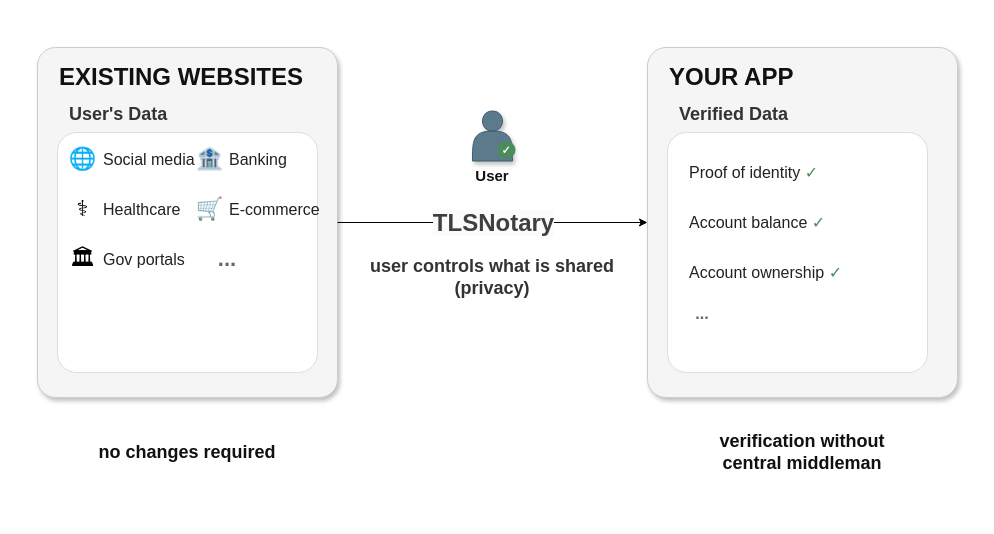
Earlier version of the draw.io diagram diagrams/tlsnotary_what.drawio (tlsnotary/website). Source tidied: cells renumbered, new cells numbered last; positions are measured from the earlier drawing's top-left corner, leaving out a move shared by most shapes. Both pictures are drawn from the tidied source at 100%, with x=0, y=0 at pixel (17, 17).
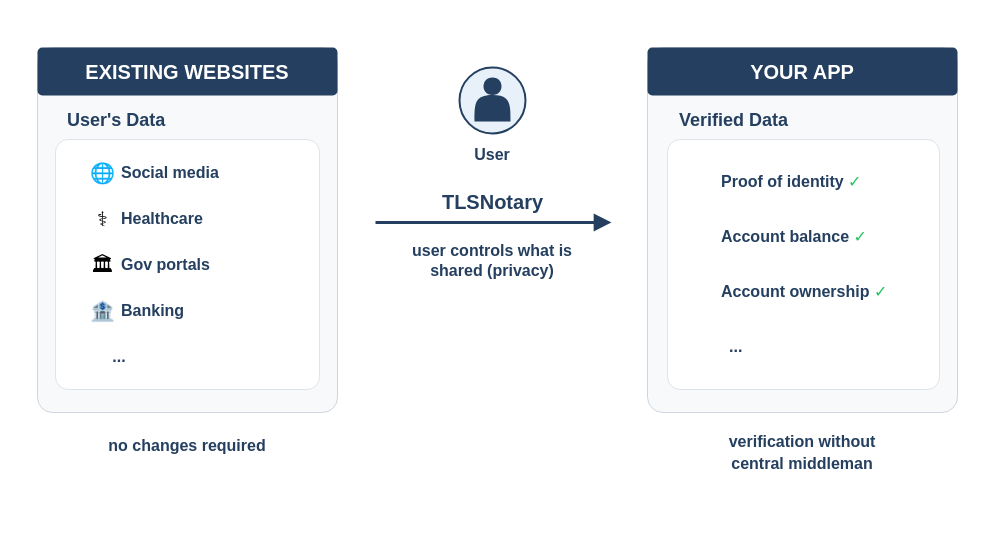
The same page after the edit.

Commit message (it also covers changes not shown here):
improve diagram

Diff of the diagram source:
```diff
@@
     <mxCell id="2" style="rounded=1;whiteSpace=wrap;html=1;fillColor=#ffffff;strokeColor=none;arcSize=4;" parent="1" vertex="1">
-      <mxGeometry width="960" height="470" as="geometry" />
+      <mxGeometry width="960" height="500" as="geometry" />
     </mxCell>
-    <mxCell id="3" style="rounded=1;whiteSpace=wrap;html=1;fillColor=#f5f5f5;strokeColor=#cccccc;shadow=1;arcSize=6;" parent="1" vertex="1">
-      <mxGeometry x="20" y="30" width="300" height="350" as="geometry" />
+    <mxCell id="3" style="rounded=1;whiteSpace=wrap;html=1;fillColor=#f8f9fa;strokeColor=#d0d5dd;arcSize=5;shadow=0;" parent="1" vertex="1">
+      <mxGeometry x="20" y="30" width="300" height="365" as="geometry" />
     </mxCell>
+    <mxCell id="34" style="rounded=1;whiteSpace=wrap;html=1;fillColor=#243F5F;strokeColor=none;arcSize=10;" parent="1" vertex="1">
+      <mxGeometry x="20" y="30" width="300" height="48" as="geometry" />
+    </mxCell>
-    <mxCell id="4" value="&lt;font style=&quot;font-size: 24px;&quot;&gt;EXISTING WEBSITES&lt;/font&gt;" style="text;html=1;align=left;verticalAlign=middle;whiteSpace=wrap;rounded=0;fontStyle=1;fontSize=17;fontColor=#111111;" parent="1" vertex="1">
-      <mxGeometry x="40" y="42" width="260" height="35" as="geometry" />
+    <mxCell id="4" value="EXISTING WEBSITES" style="text;html=1;align=center;verticalAlign=middle;whiteSpace=wrap;rounded=0;fontStyle=1;fontSize=20;fontColor=#ffffff;fontFamily=Helvetica;" parent="1" vertex="1">
+      <mxGeometry x="20" y="30" width="300" height="48" as="geometry" />
     </mxCell>
-    <mxCell id="5" value="&lt;font style=&quot;font-size: 18px;&quot;&gt;User's Data&lt;/font&gt;" style="text;html=1;align=left;verticalAlign=middle;whiteSpace=wrap;rounded=0;fontStyle=1;fontSize=15;fontColor=#333333;" parent="1" vertex="1">
-      <mxGeometry x="50" y="82" width="140" height="30" as="geometry" />
+    <mxCell id="5" value="User's Data" style="text;html=1;align=left;verticalAlign=middle;whiteSpace=wrap;rounded=0;fontStyle=1;fontSize=18;fontColor=#243F5F;" parent="1" vertex="1">
+      <mxGeometry x="48" y="88" width="140" height="30" as="geometry" />
     </mxCell>
-    <mxCell id="6" style="rounded=1;whiteSpace=wrap;html=1;fillColor=#ffffff;strokeColor=#dddddd;arcSize=8;" parent="1" vertex="1">
-      <mxGeometry x="40" y="115" width="260" height="240" as="geometry" />
+    <mxCell id="6" style="rounded=1;whiteSpace=wrap;html=1;fillColor=#ffffff;strokeColor=#e0e4e8;arcSize=5;" parent="1" vertex="1">
+      <mxGeometry x="38" y="122" width="264" height="250" as="geometry" />
     </mxCell>
-    <mxCell id="7" value="🌐" style="text;html=1;align=center;verticalAlign=middle;fontSize=22;" parent="1" vertex="1">
-      <mxGeometry x="48" y="125" width="34" height="34" as="geometry" />
+    <mxCell id="7" value="🌐" style="text;html=1;align=center;verticalAlign=middle;fontSize=20;" parent="1" vertex="1">
+      <mxGeometry x="70" y="140" width="30" height="30" as="geometry" />
     </mxCell>
-    <mxCell id="8" value="&lt;font style=&quot;font-size: 16px;&quot;&gt;Social media&lt;/font&gt;" style="text;html=1;align=left;verticalAlign=middle;whiteSpace=wrap;rounded=0;fontSize=14;fontColor=#222222;" parent="1" vertex="1">
-      <mxGeometry x="84" y="125" width="110" height="34" as="geometry" />
+    <mxCell id="8" value="Social media" style="text;html=1;align=left;verticalAlign=middle;whiteSpace=wrap;rounded=0;fontStyle=1;fontSize=16;fontColor=#243F5F;" parent="1" vertex="1">
+      <mxGeometry x="102" y="140" width="110" height="30" as="geometry" />
     </mxCell>
+    <mxCell id="11" value="⚕" style="text;html=1;align=center;verticalAlign=middle;fontSize=20;" parent="1" vertex="1">
+      <mxGeometry x="70" y="186" width="30" height="30" as="geometry" />
+    </mxCell>
+    <mxCell id="12" value="Healthcare" style="text;html=1;align=left;verticalAlign=middle;whiteSpace=wrap;rounded=0;fontStyle=1;fontSize=16;fontColor=#243F5F;" parent="1" vertex="1">
+      <mxGeometry x="102" y="186" width="100" height="30" as="geometry" />
+    </mxCell>
+    <mxCell id="15" value="🏛" style="text;html=1;align=center;verticalAlign=middle;fontSize=20;" parent="1" vertex="1">
+      <mxGeometry x="70" y="232" width="30" height="30" as="geometry" />
+    </mxCell>
+    <mxCell id="16" value="Gov portals" style="text;html=1;align=left;verticalAlign=middle;whiteSpace=wrap;rounded=0;fontStyle=1;fontSize=16;fontColor=#243F5F;" parent="1" vertex="1">
+      <mxGeometry x="102" y="232" width="105" height="30" as="geometry" />
+    </mxCell>
-    <mxCell id="9" value="🏦" style="text;html=1;align=center;verticalAlign=middle;fontSize=22;" parent="1" vertex="1">
-      <mxGeometry x="175" y="125" width="34" height="34" as="geometry" />
+    <mxCell id="9" value="🏦" style="text;html=1;align=center;verticalAlign=middle;fontSize=20;" parent="1" vertex="1">
+      <mxGeometry x="70" y="278" width="30" height="30" as="geometry" />
     </mxCell>
-    <mxCell id="10" value="&lt;font style=&quot;font-size: 16px;&quot;&gt;Banking&lt;/font&gt;" style="text;html=1;align=left;verticalAlign=middle;whiteSpace=wrap;rounded=0;fontSize=14;fontColor=#222222;" parent="1" vertex="1">
-      <mxGeometry x="210" y="125" width="80" height="34" as="geometry" />
+    <mxCell id="10" value="Banking" style="text;html=1;align=left;verticalAlign=middle;whiteSpace=wrap;rounded=0;fontStyle=1;fontSize=16;fontColor=#243F5F;" parent="1" vertex="1">
+      <mxGeometry x="102" y="278" width="80" height="30" as="geometry" />
     </mxCell>
-    <mxCell id="11" value="⚕" style="text;html=1;align=center;verticalAlign=middle;fontSize=22;" parent="1" vertex="1">
-      <mxGeometry x="48" y="175" width="34" height="34" as="geometry" />
-    </mxCell>
-    <mxCell id="12" value="&lt;font style=&quot;font-size: 16px;&quot;&gt;Healthcare&lt;/font&gt;" style="text;html=1;align=left;verticalAlign=middle;whiteSpace=wrap;rounded=0;fontSize=14;fontColor=#222222;" parent="1" vertex="1">
-      <mxGeometry x="84" y="175" width="105" height="34" as="geometry" />
-    </mxCell>
-    <mxCell id="13" value="🛒" style="text;html=1;align=center;verticalAlign=middle;fontSize=22;" parent="1" vertex="1">
-      <mxGeometry x="175" y="175" width="34" height="34" as="geometry" />
-    </mxCell>
-    <mxCell id="14" value="&lt;font style=&quot;font-size: 16px;&quot;&gt;E-commerce&lt;/font&gt;" style="text;html=1;align=left;verticalAlign=middle;whiteSpace=wrap;rounded=0;fontSize=14;fontColor=#222222;" parent="1" vertex="1">
-      <mxGeometry x="210" y="175" width="110" height="34" as="geometry" />
-    </mxCell>
-    <mxCell id="15" value="🏛" style="text;html=1;align=center;verticalAlign=middle;fontSize=22;" parent="1" vertex="1">
-      <mxGeometry x="48" y="225" width="34" height="34" as="geometry" />
-    </mxCell>
-    <mxCell id="16" value="&lt;font style=&quot;font-size: 16px;&quot;&gt;Gov portals&lt;/font&gt;" style="text;html=1;align=left;verticalAlign=middle;whiteSpace=wrap;rounded=0;fontSize=14;fontColor=#222222;" parent="1" vertex="1">
-      <mxGeometry x="84" y="225" width="105" height="34" as="geometry" />
-    </mxCell>
-    <mxCell id="17" value="..." style="text;html=1;align=center;verticalAlign=middle;whiteSpace=wrap;rounded=0;fontSize=22;fontColor=#666666;fontStyle=1;" parent="1" vertex="1">
-      <mxGeometry x="190" y="225" width="40" height="34" as="geometry" />
+    <mxCell id="17" value="..." style="text;html=1;align=center;verticalAlign=middle;whiteSpace=wrap;rounded=0;fontSize=16;fontColor=#243F5F;fontStyle=1;" parent="1" vertex="1">
+      <mxGeometry x="82" y="324" width="40" height="30" as="geometry" />
     </mxCell>
+    <mxCell id="35" style="ellipse;whiteSpace=wrap;html=1;fillColor=#e8f0fa;strokeColor=#243F5F;strokeWidth=2;" parent="1" vertex="1">
+      <mxGeometry x="442" y="50" width="66" height="66" as="geometry" />
+    </mxCell>
-    <mxCell id="18" style="shape=actor;whiteSpace=wrap;html=1;fillColor=#5b7a8c;strokeColor=#3d5c6e;shadow=1;" parent="1" vertex="1">
-      <mxGeometry x="455" y="93.5" width="40" height="50" as="geometry" />
+    <mxCell id="18" style="shape=actor;whiteSpace=wrap;html=1;fillColor=#243F5F;strokeColor=none;" parent="1" vertex="1">
+      <mxGeometry x="457" y="60" width="36" height="44" as="geometry" />
     </mxCell>
-    <mxCell id="19" value="✓" style="ellipse;whiteSpace=wrap;html=1;fillColor=#4a8c5c;strokeColor=none;fontColor=#ffffff;fontSize=11;fontStyle=1;" parent="1" vertex="1">
-      <mxGeometry x="480" y="123.5" width="18" height="18" as="geometry" />
-    </mxCell>
-    <mxCell id="20" value="User" style="text;html=1;align=center;verticalAlign=middle;whiteSpace=wrap;rounded=0;fontSize=15;fontStyle=1;fontColor=#111111;" parent="1" vertex="1">
-      <mxGeometry x="440" y="145.5" width="70" height="24" as="geometry" />
+    <mxCell id="20" value="User" style="text;html=1;align=center;verticalAlign=middle;whiteSpace=wrap;rounded=0;fontSize=16;fontStyle=1;fontColor=#243F5F;" parent="1" vertex="1">
+      <mxGeometry x="440" y="125" width="70" height="24" as="geometry" />
     </mxCell>
+    <mxCell id="36" style="endArrow=block;endFill=1;html=1;strokeWidth=3;strokeColor=#243F5F;endSize=10;rounded=0;" parent="1" edge="1">
+      <mxGeometry relative="1" as="geometry">
+        <mxPoint x="358" y="205" as="sourcePoint" />
+        <mxPoint x="594" y="205" as="targetPoint" />
+      </mxGeometry>
+    </mxCell>
+    <mxCell id="33" value="TLSNotary" style="text;html=1;align=center;verticalAlign=middle;whiteSpace=wrap;rounded=0;fontSize=20;fontStyle=1;fontColor=#243F5F;" parent="1" vertex="1">
+      <mxGeometry x="408" y="168" width="135" height="32" as="geometry" />
+    </mxCell>
+    <mxCell id="30" value="&lt;font style=&quot;font-size: 16px;&quot;&gt;user controls what is shared (privacy)&lt;/font&gt;" style="text;html=1;align=center;verticalAlign=middle;whiteSpace=wrap;rounded=0;fontStyle=1;fontSize=14;fontColor=#243F5F;" parent="1" vertex="1">
+      <mxGeometry x="380" y="222" width="190" height="42" as="geometry" />
+    </mxCell>
-    <mxCell id="21" style="rounded=1;whiteSpace=wrap;html=1;fillColor=#f5f5f5;strokeColor=#cccccc;shadow=1;arcSize=6;" parent="1" vertex="1">
-      <mxGeometry x="630" y="30" width="310" height="350" as="geometry" />
+    <mxCell id="21" style="rounded=1;whiteSpace=wrap;html=1;fillColor=#f8f9fa;strokeColor=#d0d5dd;arcSize=5;shadow=0;" parent="1" vertex="1">
+      <mxGeometry x="630" y="30" width="310" height="365" as="geometry" />
     </mxCell>
+    <mxCell id="37" style="rounded=1;whiteSpace=wrap;html=1;fillColor=#243F5F;strokeColor=none;arcSize=10;" parent="1" vertex="1">
+      <mxGeometry x="630" y="30" width="310" height="48" as="geometry" />
+    </mxCell>
-    <mxCell id="22" value="&lt;font style=&quot;font-size: 24px;&quot;&gt;YOUR APP&lt;/font&gt;" style="text;html=1;align=left;verticalAlign=middle;whiteSpace=wrap;rounded=0;fontStyle=1;fontSize=17;fontColor=#111111;" parent="1" vertex="1">
-      <mxGeometry x="650" y="42" width="140" height="35" as="geometry" />
+    <mxCell id="22" value="YOUR APP" style="text;html=1;align=center;verticalAlign=middle;whiteSpace=wrap;rounded=0;fontStyle=1;fontSize=20;fontColor=#ffffff;fontFamily=Helvetica;" parent="1" vertex="1">
+      <mxGeometry x="630" y="30" width="310" height="48" as="geometry" />
     </mxCell>
-    <mxCell id="23" value="&lt;font style=&quot;font-size: 18px;&quot;&gt;Verified Data&lt;/font&gt;" style="text;html=1;align=left;verticalAlign=middle;whiteSpace=wrap;rounded=0;fontStyle=1;fontSize=15;fontColor=#333333;" parent="1" vertex="1">
-      <mxGeometry x="660" y="82" width="140" height="30" as="geometry" />
+    <mxCell id="23" value="Verified Data" style="text;html=1;align=left;verticalAlign=middle;whiteSpace=wrap;rounded=0;fontStyle=1;fontSize=18;fontColor=#243F5F;" parent="1" vertex="1">
+      <mxGeometry x="660" y="88" width="140" height="30" as="geometry" />
     </mxCell>
-    <mxCell id="24" style="rounded=1;whiteSpace=wrap;html=1;fillColor=#ffffff;strokeColor=#dddddd;arcSize=8;" parent="1" vertex="1">
-      <mxGeometry x="650" y="115" width="260" height="240" as="geometry" />
+    <mxCell id="24" style="rounded=1;whiteSpace=wrap;html=1;fillColor=#ffffff;strokeColor=#e0e4e8;arcSize=5;" parent="1" vertex="1">
+      <mxGeometry x="650" y="122" width="272" height="250" as="geometry" />
     </mxCell>
-    <mxCell id="25" value="&lt;font style=&quot;font-size: 16px;&quot;&gt;Proof of identity &lt;font color=&quot;#4a8c5c&quot;&gt;✓&lt;/font&gt;&lt;/font&gt;" style="text;html=1;align=left;verticalAlign=middle;whiteSpace=wrap;rounded=0;fontSize=14;fontColor=#222222;" parent="1" vertex="1">
-      <mxGeometry x="670" y="138" width="180" height="34" as="geometry" />
+    <mxCell id="25" value="Proof of identity&amp;nbsp;&lt;span style=&quot;font-family: &amp;quot;Google Sans&amp;quot;, Arial, sans-serif; font-weight: 400; background-color: rgb(255, 255, 255);&quot;&gt;&lt;font style=&quot;color: rgb(34, 197, 94);&quot;&gt;✓&lt;/font&gt;&lt;/span&gt;" style="text;html=1;align=left;verticalAlign=middle;whiteSpace=wrap;rounded=0;fontStyle=1;fontSize=16;fontColor=#243F5F;" parent="1" vertex="1">
+      <mxGeometry x="702" y="151" width="180" height="26" as="geometry" />
     </mxCell>
-    <mxCell id="26" value="&lt;font style=&quot;font-size: 16px;&quot;&gt;Account balance &lt;font color=&quot;#4a8c5c&quot;&gt;✓&lt;/font&gt;&lt;/font&gt;" style="text;html=1;align=left;verticalAlign=middle;whiteSpace=wrap;rounded=0;fontSize=14;fontColor=#222222;" parent="1" vertex="1">
-      <mxGeometry x="670" y="188" width="180" height="34" as="geometry" />
+    <mxCell id="26" value="Account balance&amp;nbsp;&lt;span style=&quot;font-family: &amp;quot;Google Sans&amp;quot;, Arial, sans-serif; font-weight: 400; background-color: rgb(255, 255, 255);&quot;&gt;&lt;font style=&quot;color: rgb(34, 197, 94);&quot;&gt;✓&lt;/font&gt;&lt;/span&gt;" style="text;html=1;align=left;verticalAlign=middle;whiteSpace=wrap;rounded=0;fontStyle=1;fontSize=16;fontColor=#243F5F;" parent="1" vertex="1">
+      <mxGeometry x="702" y="206" width="180" height="26" as="geometry" />
     </mxCell>
-    <mxCell id="27" value="&lt;font style=&quot;font-size: 16px;&quot;&gt;Account ownership &lt;font color=&quot;#4a8c5c&quot;&gt;✓&lt;/font&gt;&lt;/font&gt;" style="text;html=1;align=left;verticalAlign=middle;whiteSpace=wrap;rounded=0;fontSize=14;fontColor=#222222;" parent="1" vertex="1">
-      <mxGeometry x="670" y="238" width="200" height="34" as="geometry" />
+    <mxCell id="27" value="Account ownership&amp;nbsp;&lt;span style=&quot;font-family: &amp;quot;Google Sans&amp;quot;, Arial, sans-serif; font-weight: 400; background-color: rgb(255, 255, 255);&quot;&gt;&lt;font style=&quot;color: rgb(34, 197, 94);&quot;&gt;✓&lt;/font&gt;&lt;/span&gt;" style="text;html=1;align=left;verticalAlign=middle;whiteSpace=wrap;rounded=0;fontStyle=1;fontSize=16;fontColor=#243F5F;" parent="1" vertex="1">
+      <mxGeometry x="702" y="261" width="200" height="26" as="geometry" />
     </mxCell>
-    <mxCell id="28" value="&lt;font style=&quot;font-size: 16px;&quot;&gt;...&lt;/font&gt;" style="text;html=1;align=center;verticalAlign=middle;whiteSpace=wrap;rounded=0;fontSize=22;fontColor=#666666;fontStyle=1;" parent="1" vertex="1">
-      <mxGeometry x="665" y="278" width="40" height="34" as="geometry" />
+    <mxCell id="28" value="..." style="text;html=1;align=left;verticalAlign=middle;whiteSpace=wrap;rounded=0;fontSize=16;fontColor=#243F5F;fontStyle=1;" parent="1" vertex="1">
+      <mxGeometry x="710" y="316" width="40" height="26" as="geometry" />
     </mxCell>
-    <mxCell id="29" value="&lt;b&gt;&lt;font style=&quot;font-size: 18px;&quot;&gt;no changes required&lt;/font&gt;&lt;/b&gt;" style="text;html=1;align=center;verticalAlign=middle;whiteSpace=wrap;rounded=0;fontSize=14;fontColor=#111111;" parent="1" vertex="1">
-      <mxGeometry x="20" y="415" width="300" height="40" as="geometry" />
+    <mxCell id="29" value="&lt;font style=&quot;font-size: 16px;&quot;&gt;no changes required&lt;/font&gt;" style="text;html=1;align=center;verticalAlign=middle;whiteSpace=wrap;rounded=0;fontStyle=1;fontSize=18;fontColor=#243F5F;" parent="1" vertex="1">
+      <mxGeometry x="20" y="410" width="300" height="36" as="geometry" />
     </mxCell>
-    <mxCell id="30" value="&lt;font style=&quot;font-size: 18px;&quot;&gt;user controls what is shared&lt;br&gt;(privacy)&lt;/font&gt;" style="text;html=1;align=center;verticalAlign=middle;whiteSpace=wrap;rounded=0;fontSize=14;fontColor=#333333;fontStyle=1;" parent="1" vertex="1">
-      <mxGeometry x="335" y="240" width="280" height="40" as="geometry" />
-    </mxCell>
-    <mxCell id="31" value="&lt;b&gt;&lt;font style=&quot;font-size: 18px;&quot;&gt;verification without&lt;br&gt;central middleman&lt;/font&gt;&lt;/b&gt;" style="text;html=1;align=center;verticalAlign=middle;whiteSpace=wrap;rounded=0;fontSize=14;fontColor=#111111;" parent="1" vertex="1">
-      <mxGeometry x="635" y="415" width="300" height="40" as="geometry" />
+    <mxCell id="31" value="&lt;font style=&quot;font-size: 16px;&quot;&gt;verification without&lt;br&gt;central middleman&lt;/font&gt;" style="text;html=1;align=center;verticalAlign=middle;whiteSpace=wrap;rounded=0;fontStyle=1;fontSize=18;fontColor=#243F5F;" parent="1" vertex="1">
+      <mxGeometry x="630" y="410" width="310" height="50" as="geometry" />
     </mxCell>
-    <mxCell id="32" style="endArrow=classic;html=1;" parent="1" edge="1" source="3" target="21">
-      <mxGeometry relative="1" as="geometry" />
-    </mxCell>
-    <mxCell id="33" value="&lt;span style=&quot;color: rgb(63, 63, 63); font-size: 24px; font-weight: 700; text-wrap-mode: wrap; background-color: rgb(251, 251, 251);&quot;&gt;TLSNotary&lt;/span&gt;" style="edgeLabel;html=1;align=center;verticalAlign=middle;" parent="32" vertex="1">
-      <mxGeometry relative="1" as="geometry" />
-    </mxCell>
```
